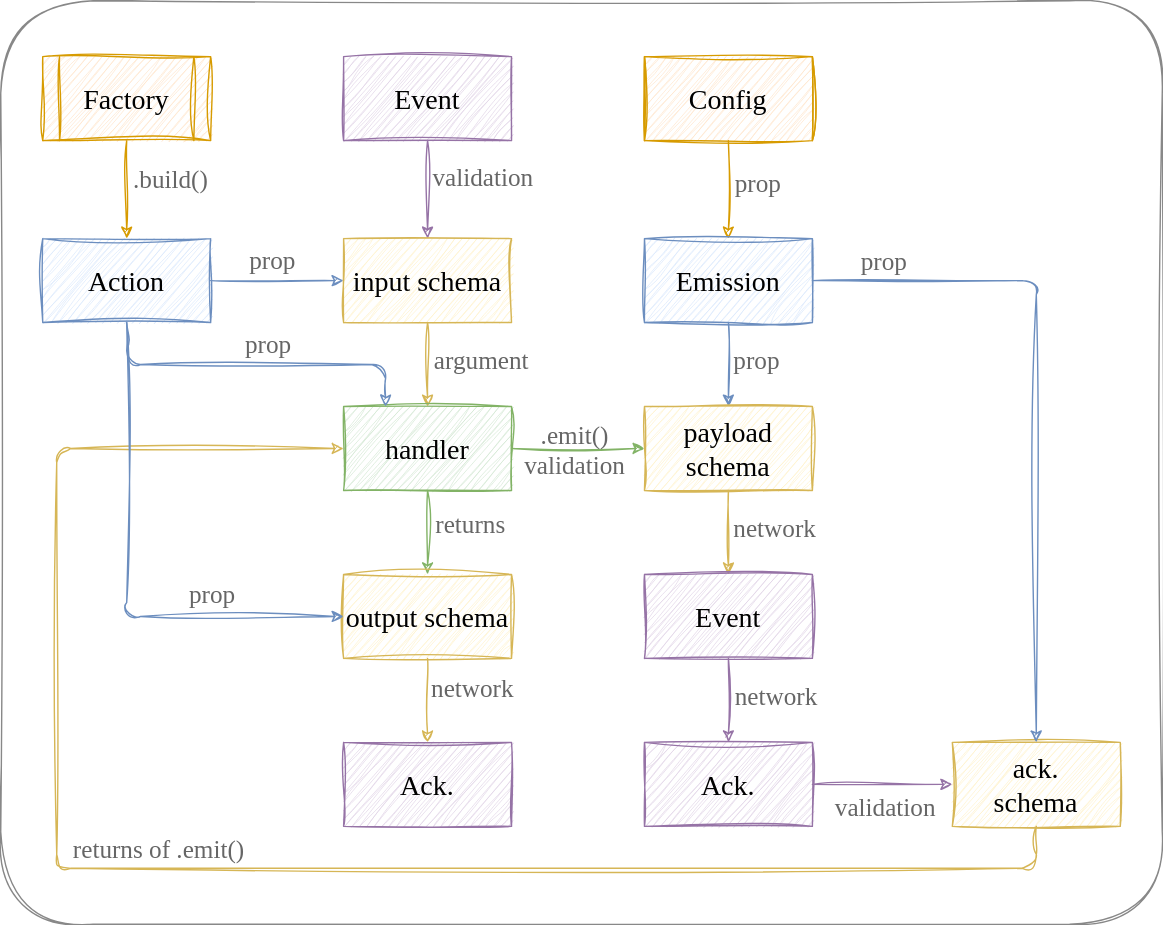
Above: flow.svg in RobinTail/zod-sockets (draw.io), before the change. Source tidied: cells renumbered, new cells last; positions are measured from the earlier drawing's top-left corner, leaving out a move shared by most shapes.
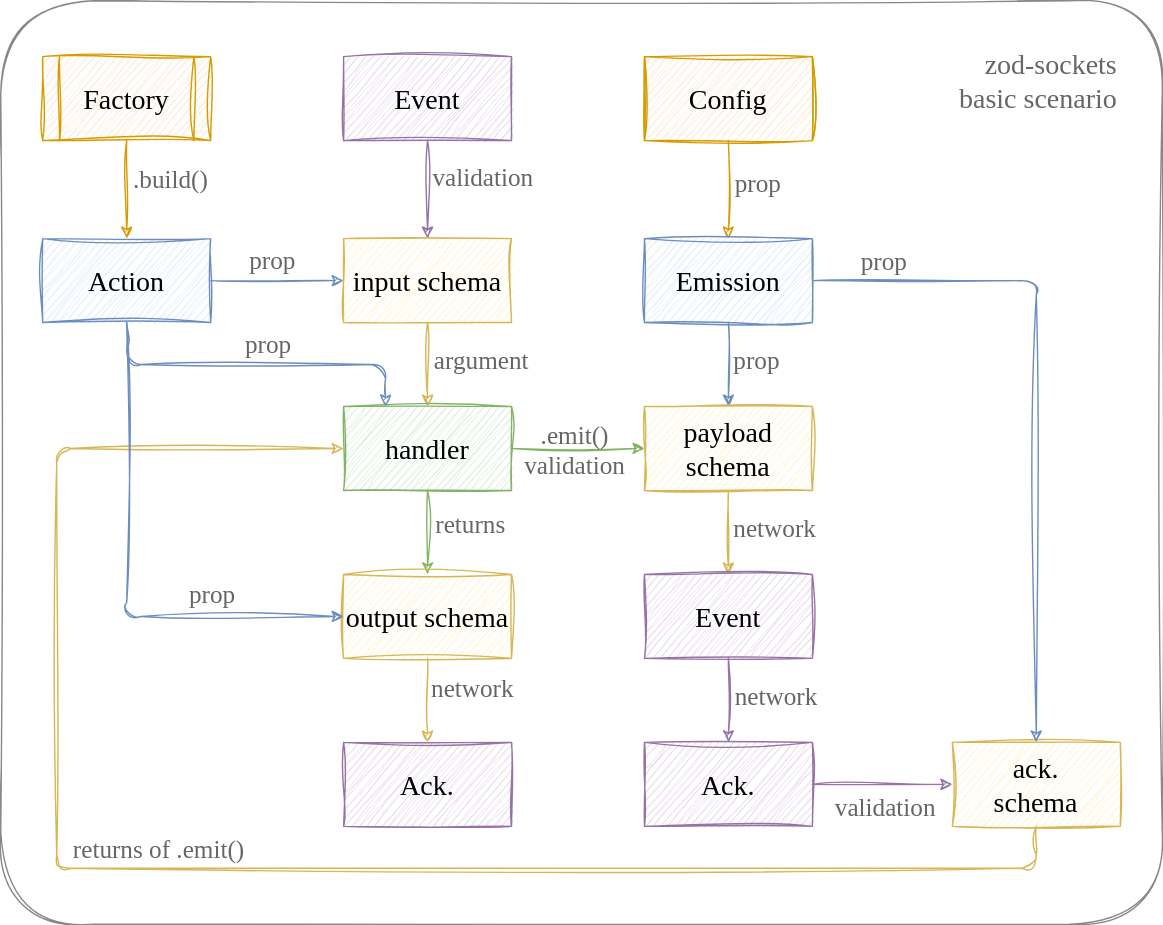
Above is the later version.

The edit, as a diff of the source:
```diff
@@ -2,7 +2,7 @@
   <root>
     <mxCell id="0" />
     <mxCell id="1" parent="0" />
-    <mxCell id="2" style="rounded=1;whiteSpace=wrap;html=1;sketch=1;hachureGap=4;jiggle=2;curveFitting=1;fontFamily=Architects Daughter;fontSource=https%3A%2F%2Ffonts.googleapis.com%2Fcss%3Ffamily%3DArchitects%2BDaughter;fontSize=20;arcSize=10;strokeColor=#888888;" parent="1" vertex="1">
+    <mxCell id="2" value="&lt;font color=&quot;#666666&quot;&gt;zod-sockets&lt;br&gt;basic scenario&lt;/font&gt;" style="rounded=1;whiteSpace=wrap;html=1;sketch=1;hachureGap=4;jiggle=2;curveFitting=1;fontFamily=Architects Daughter;fontSource=https%3A%2F%2Ffonts.googleapis.com%2Fcss%3Ffamily%3DArchitects%2BDaughter;fontSize=20;arcSize=10;strokeColor=#888888;align=right;verticalAlign=top;spacingRight=30;spacingTop=27;" parent="1" vertex="1">
       <mxGeometry width="830" height="660" as="geometry" />
     </mxCell>
     <mxCell id="3" style="edgeStyle=orthogonalEdgeStyle;rounded=0;sketch=1;hachureGap=4;jiggle=2;curveFitting=1;jettySize=auto;html=1;fontFamily=Architects Daughter;fontSource=https%3A%2F%2Ffonts.googleapis.com%2Fcss%3Ffamily%3DArchitects%2BDaughter;fontSize=16;strokeColor=#9673a6;fillColor=#e1d5e7;" parent="1" edge="1" source="5" target="14">
```
